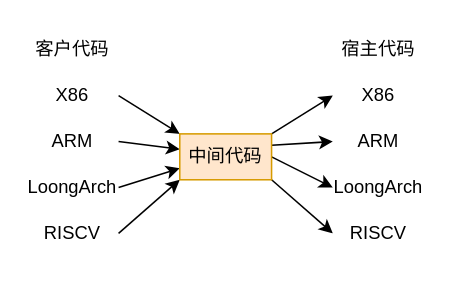
This is image/qemu-IR.drawio from jensen-yan/yanyue_essay, a draw.io file, before an edit. Source tidied: cells renumbered, new cells numbered last; positions are measured from the earlier drawing's top-left corner, leaving out a move shared by most shapes. Both pictures are drawn from the tidied source at 153%, with x=0, y=0 at pixel (26, 26).
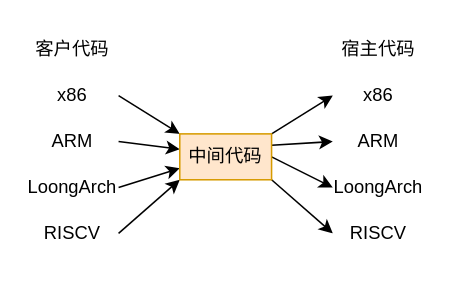
After the change.

What changed in the source:
```diff
@@
-    <mxCell id="3" value="X86" style="text;html=1;align=center;verticalAlign=middle;whiteSpace=wrap;rounded=0;strokeColor=none;" parent="1" vertex="1">
+    <mxCell id="3" value="x86" style="text;html=1;align=center;verticalAlign=middle;whiteSpace=wrap;rounded=0;strokeColor=none;" parent="1" vertex="1">
       <mxGeometry y="30" width="60" height="30" as="geometry" />
     </mxCell>
@@
-    <mxCell id="10" value="X86" style="text;html=1;strokeColor=none;fillColor=none;align=center;verticalAlign=middle;whiteSpace=wrap;rounded=0;" parent="1" vertex="1">
+    <mxCell id="10" value="x86" style="text;html=1;strokeColor=none;fillColor=none;align=center;verticalAlign=middle;whiteSpace=wrap;rounded=0;" parent="1" vertex="1">
       <mxGeometry x="200" y="30" width="60" height="30" as="geometry" />
     </mxCell>
```
